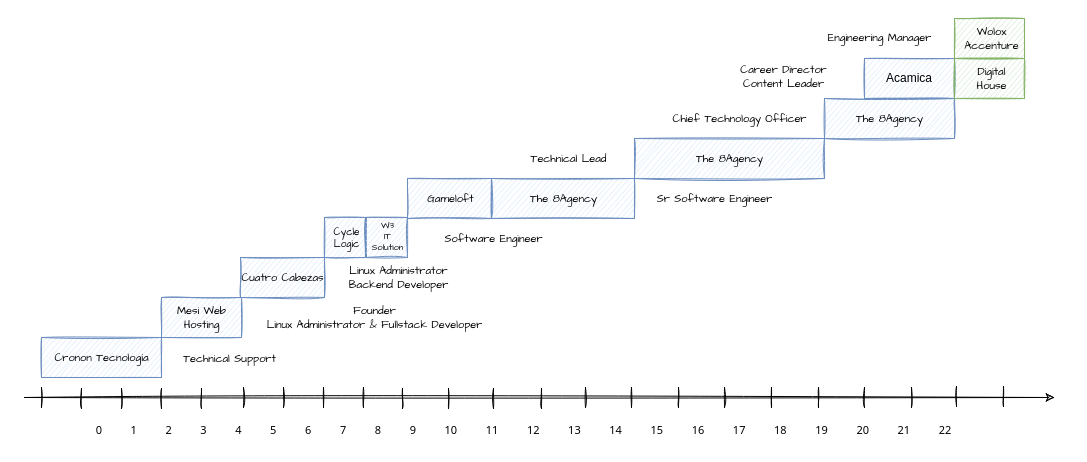
This is daniel_segovia_carrer_draw_io.drawio from frenchita/danielsegovia, a draw.io file, before an edit. Source tidied: cells renumbered, new cells numbered last; positions are measured from the earlier drawing's top-left corner, leaving out a move shared by most shapes. Both pictures are drawn from the tidied source at 100%, with x=0, y=0 at pixel (24, 18).
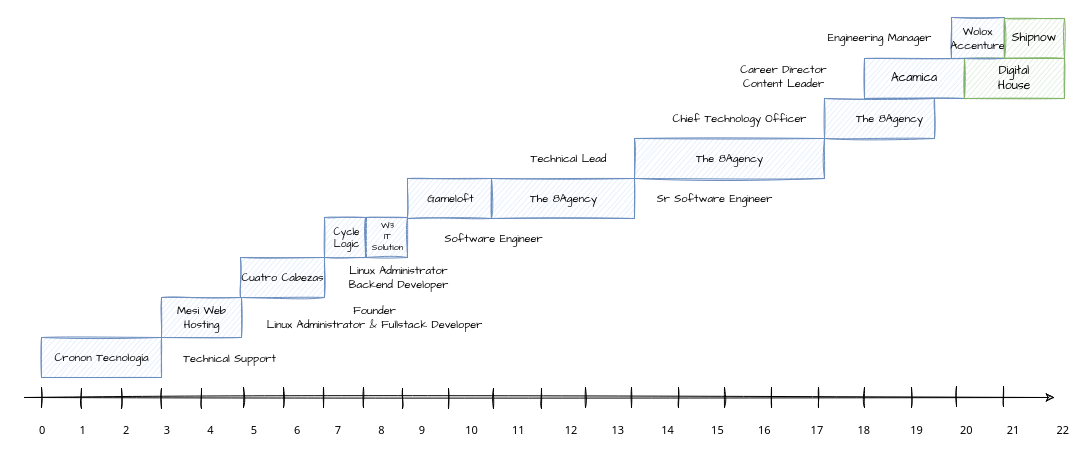
The same page after the edit.

Change to the diagram source:
```diff
@@
-    <mxCell id="3" value="0&amp;nbsp; &amp;nbsp; &amp;nbsp; &amp;nbsp; &amp;nbsp;&amp;nbsp;1&amp;nbsp; &amp;nbsp; &amp;nbsp; &amp;nbsp; &amp;nbsp; 2&amp;nbsp; &amp;nbsp; &amp;nbsp; &amp;nbsp; &amp;nbsp; 3&amp;nbsp; &amp;nbsp; &amp;nbsp; &amp;nbsp; &amp;nbsp; 4&amp;nbsp; &amp;nbsp; &amp;nbsp; &amp;nbsp; &amp;nbsp; 5&amp;nbsp; &amp;nbsp; &amp;nbsp; &amp;nbsp; &amp;nbsp; 6&amp;nbsp; &amp;nbsp; &amp;nbsp; &amp;nbsp; &amp;nbsp; 7&amp;nbsp; &amp;nbsp; &amp;nbsp; &amp;nbsp; &amp;nbsp; 8&amp;nbsp; &amp;nbsp; &amp;nbsp; &amp;nbsp; &amp;nbsp; 9&amp;nbsp; &amp;nbsp; &amp;nbsp; &amp;nbsp; &amp;nbsp; 10&amp;nbsp; &amp;nbsp; &amp;nbsp; &amp;nbsp; &amp;nbsp; 11&amp;nbsp; &amp;nbsp; &amp;nbsp; &amp;nbsp; &amp;nbsp; 12&amp;nbsp; &amp;nbsp; &amp;nbsp; &amp;nbsp; &amp;nbsp; 13&amp;nbsp; &amp;nbsp; &amp;nbsp; &amp;nbsp; &amp;nbsp; 14&amp;nbsp; &amp;nbsp; &amp;nbsp; &amp;nbsp; &amp;nbsp; 15&amp;nbsp; &amp;nbsp; &amp;nbsp; &amp;nbsp; &amp;nbsp; 16&amp;nbsp; &amp;nbsp; &amp;nbsp; &amp;nbsp; &amp;nbsp; 17&amp;nbsp; &amp;nbsp; &amp;nbsp; &amp;nbsp; &amp;nbsp; 18&amp;nbsp; &amp;nbsp; &amp;nbsp; &amp;nbsp; &amp;nbsp; 19&amp;nbsp; &amp;nbsp; &amp;nbsp; &amp;nbsp; &amp;nbsp; 20&amp;nbsp; &amp;nbsp; &amp;nbsp; &amp;nbsp; &amp;nbsp; 21&amp;nbsp; &amp;nbsp; &amp;nbsp; &amp;nbsp; &amp;nbsp; 22" style="text;html=1;align=center;verticalAlign=middle;strokeColor=none;fillColor=none;fontFamily=Tahoma;spacing=2;fontSize=11;" parent="1" vertex="1">
-      <mxGeometry x="4" y="401" width="990" height="20" as="geometry" />
+    <mxCell id="3" value="0&amp;nbsp; &amp;nbsp; &amp;nbsp; &amp;nbsp; &amp;nbsp; &amp;nbsp; 1&amp;nbsp; &amp;nbsp; &amp;nbsp; &amp;nbsp; &amp;nbsp; &amp;nbsp; &amp;nbsp;2&amp;nbsp; &amp;nbsp; &amp;nbsp; &amp;nbsp; &amp;nbsp; &amp;nbsp; 3&amp;nbsp; &amp;nbsp; &amp;nbsp; &amp;nbsp; &amp;nbsp; &amp;nbsp; &amp;nbsp;4&amp;nbsp; &amp;nbsp; &amp;nbsp; &amp;nbsp; &amp;nbsp; &amp;nbsp; &amp;nbsp;5&amp;nbsp; &amp;nbsp; &amp;nbsp; &amp;nbsp; &amp;nbsp; &amp;nbsp; &amp;nbsp;6&amp;nbsp; &amp;nbsp; &amp;nbsp; &amp;nbsp; &amp;nbsp; &amp;nbsp; 7&amp;nbsp; &amp;nbsp; &amp;nbsp; &amp;nbsp; &amp;nbsp; &amp;nbsp; &amp;nbsp;8&amp;nbsp; &amp;nbsp; &amp;nbsp; &amp;nbsp; &amp;nbsp; &amp;nbsp; 9&amp;nbsp; &amp;nbsp; &amp;nbsp; &amp;nbsp; &amp;nbsp; &amp;nbsp; &amp;nbsp; 10&amp;nbsp; &amp;nbsp; &amp;nbsp; &amp;nbsp; &amp;nbsp; &amp;nbsp; 11&amp;nbsp; &amp;nbsp; &amp;nbsp; &amp;nbsp; &amp;nbsp; &amp;nbsp; &amp;nbsp; 12&amp;nbsp; &amp;nbsp; &amp;nbsp; &amp;nbsp; &amp;nbsp; &amp;nbsp; 13&amp;nbsp; &amp;nbsp; &amp;nbsp; &amp;nbsp; &amp;nbsp; &amp;nbsp; &amp;nbsp;14&amp;nbsp; &amp;nbsp; &amp;nbsp; &amp;nbsp; &amp;nbsp; &amp;nbsp; &amp;nbsp;15&amp;nbsp; &amp;nbsp; &amp;nbsp; &amp;nbsp; &amp;nbsp; &amp;nbsp; 16&amp;nbsp; &amp;nbsp; &amp;nbsp; &amp;nbsp; &amp;nbsp; &amp;nbsp; &amp;nbsp; 17&amp;nbsp; &amp;nbsp; &amp;nbsp; &amp;nbsp; &amp;nbsp; &amp;nbsp; 18&amp;nbsp; &amp;nbsp; &amp;nbsp; &amp;nbsp; &amp;nbsp; &amp;nbsp; &amp;nbsp; 19&amp;nbsp; &amp;nbsp; &amp;nbsp; &amp;nbsp; &amp;nbsp; &amp;nbsp; &amp;nbsp;20&amp;nbsp; &amp;nbsp; &amp;nbsp; &amp;nbsp; &amp;nbsp; &amp;nbsp; 21&amp;nbsp; &amp;nbsp; &amp;nbsp; &amp;nbsp; &amp;nbsp; &amp;nbsp; &amp;nbsp;22" style="text;html=1;align=left;verticalAlign=middle;strokeColor=none;fillColor=none;fontFamily=Tahoma;spacing=2;fontSize=11;" parent="1" vertex="1">
+      <mxGeometry x="13" y="396" width="990" height="30" as="geometry" />
     </mxCell>
@@
     <mxCell id="49" style="rounded=0;whiteSpace=wrap;html=1;imageAspect=1;shadow=0;sketch=1;fillStyle=hachure;fillColor=#dae8fc;strokeColor=#6c8ebf;" parent="1" vertex="1">
-      <mxGeometry x="800" y="80" width="130" height="40" as="geometry" />
+      <mxGeometry x="800" y="80" width="110" height="40" as="geometry" />
     </mxCell>
@@
-    <mxCell id="52" value="Acamica" style="rounded=0;whiteSpace=wrap;html=1;imageAspect=1;shadow=0;sketch=1;fillStyle=hachure;fillColor=#dae8fc;strokeColor=#6c8ebf;" parent="1" vertex="1">
-      <mxGeometry x="840" y="40" width="90" height="40" as="geometry" />
+    <mxCell id="52" value="Acamica" style="rounded=0;whiteSpace=wrap;html=1;imageAspect=1;shadow=0;sketch=1;fillStyle=hachure;fillColor=#dae8fc;strokeColor=#6c8ebf;fontFamily=Comic Sans MS;" parent="1" vertex="1">
+      <mxGeometry x="840" y="40" width="100" height="40" as="geometry" />
     </mxCell>
-    <mxCell id="53" style="rounded=0;whiteSpace=wrap;html=1;imageAspect=1;shadow=0;sketch=1;fillStyle=hachure;fillColor=#d5e8d4;strokeColor=#82b366;" parent="1" vertex="1">
-      <mxGeometry x="930" y="40" width="70" height="40" as="geometry" />
+    <mxCell id="53" value="Digital&lt;br&gt;House" style="rounded=0;whiteSpace=wrap;html=1;imageAspect=1;shadow=0;sketch=1;fillStyle=hachure;fillColor=#d5e8d4;strokeColor=#82b366;fontFamily=Comic Sans MS;" parent="1" vertex="1">
+      <mxGeometry x="940" y="40" width="100" height="40" as="geometry" />
     </mxCell>
-    <mxCell id="54" value="Digital&lt;br&gt;House" style="text;html=1;align=center;verticalAlign=middle;strokeColor=none;fillColor=none;fontFamily=Comic Sans MS;spacing=2;fontSize=11;" parent="1" vertex="1">
-      <mxGeometry x="942" y="40" width="50" height="40" as="geometry" />
-    </mxCell>
-    <mxCell id="55" style="rounded=0;whiteSpace=wrap;html=1;imageAspect=1;shadow=0;sketch=1;fillStyle=hachure;fillColor=#d5e8d4;strokeColor=#82b366;" parent="1" vertex="1">
-      <mxGeometry x="930" width="70" height="40" as="geometry" />
-    </mxCell>
-    <mxCell id="56" value="Wolox&lt;br&gt;Accenture" style="text;html=1;align=center;verticalAlign=middle;strokeColor=none;fillColor=none;fontFamily=Comic Sans MS;spacing=2;fontSize=11;" parent="1" vertex="1">
-      <mxGeometry x="932" width="70" height="40" as="geometry" />
-    </mxCell>
@@
+    <mxCell id="56" value="&lt;div style=&quot;font-size: 11px;&quot;&gt;Wolox&lt;/div&gt;&lt;div style=&quot;font-size: 11px;&quot;&gt;Accenture&lt;/div&gt;" style="rounded=0;whiteSpace=wrap;html=1;imageAspect=1;shadow=0;sketch=1;fillStyle=hachure;fillColor=#dae8fc;strokeColor=#6c8ebf;fontSize=11;fontFamily=Comic Sans MS;" parent="1" vertex="1">
+      <mxGeometry x="927" y="-1" width="53" height="41" as="geometry" />
+    </mxCell>
+    <mxCell id="59" value="Shipnow" style="rounded=0;whiteSpace=wrap;html=1;imageAspect=1;shadow=0;sketch=1;fillStyle=hachure;fillColor=#d5e8d4;strokeColor=#82b366;fontFamily=Comic Sans MS;" parent="1" vertex="1">
+      <mxGeometry x="980" width="60" height="40" as="geometry" />
+    </mxCell>
```
